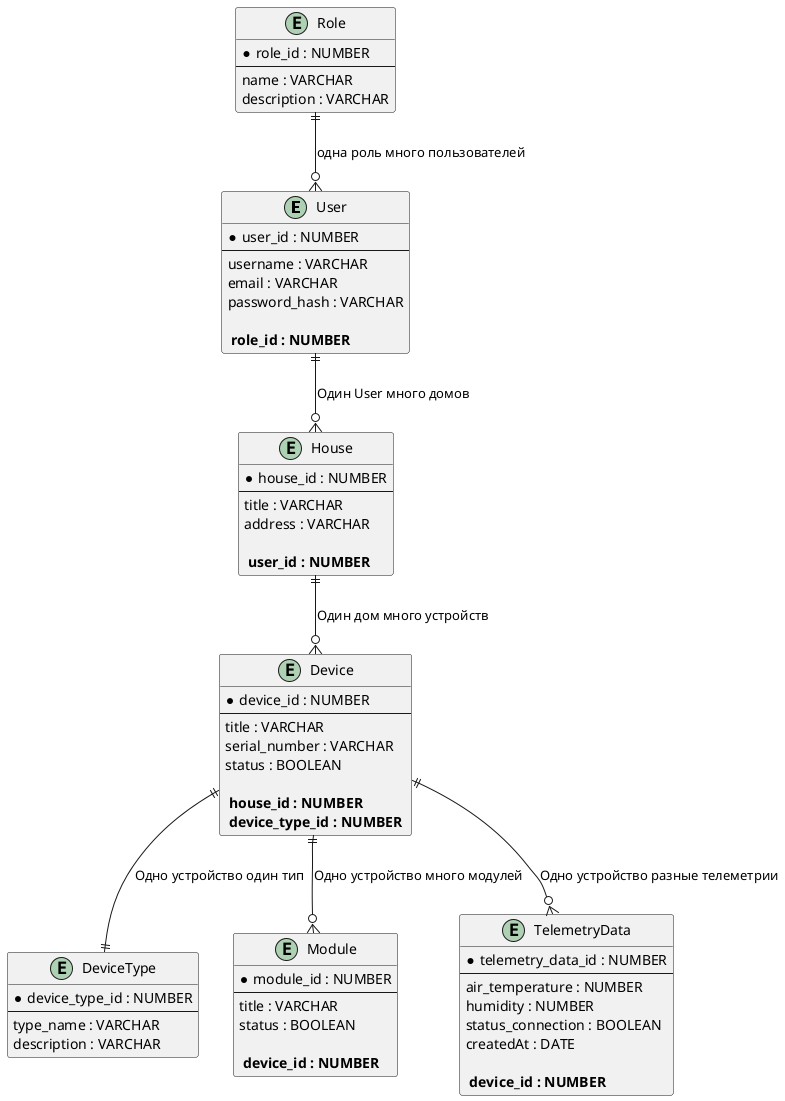
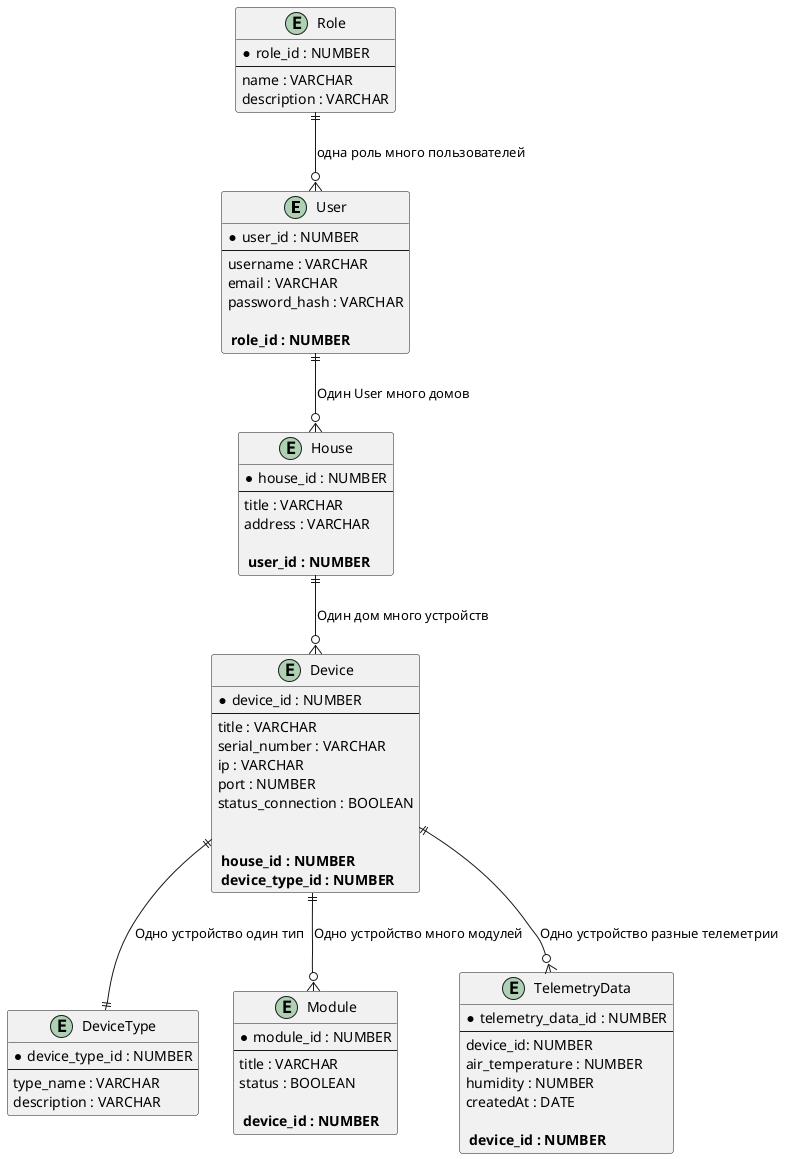
@startuml

top to bottom direction

entity User {
  * user_id : NUMBER
  --
  username : VARCHAR
  email : VARCHAR
  password_hash : VARCHAR

  ** role_id : NUMBER **
}

entity Role {
  * role_id : NUMBER
  --
  name : VARCHAR
  description : VARCHAR
}

entity House {
  * house_id : NUMBER
  --
  title : VARCHAR
  address : VARCHAR

  ** user_id : NUMBER **
}

entity Device {
  * device_id : NUMBER
  --
  title : VARCHAR
  serial_number : VARCHAR
-   status : BOOLEAN
+   ip : VARCHAR
+   port : NUMBER
+   status_connection : BOOLEAN
+ 

  ** house_id : NUMBER **
  ** device_type_id : NUMBER **
}

entity DeviceType {
  * device_type_id : NUMBER
  --
  type_name : VARCHAR
  description : VARCHAR
}

entity Module {
  * module_id : NUMBER
  --
  title : VARCHAR
  status : BOOLEAN

  ** device_id : NUMBER **
}

entity TelemetryData {
 * telemetry_data_id : NUMBER
 --
+  device_id: NUMBER
 air_temperature : NUMBER
 humidity : NUMBER
-  status_connection : BOOLEAN
 createdAt : DATE

 ** device_id : NUMBER **
}

Role ||--o{ User : "одна роль много пользователей"
User ||--o{ House : "Один User много домов"
House ||--o{ Device : "Один дом много устройств"
Device ||--|| DeviceType : "Одно устройство один тип"
Device ||--o{ Module : "Одно устройство много модулей"
Device ||--o{ TelemetryData : "Одно устройство разные телеметрии"

' ||--o{ — один-ко-многим.
' }o--o{ — многие-ко-многим.
' ||--|| — один-к-одному
@enduml